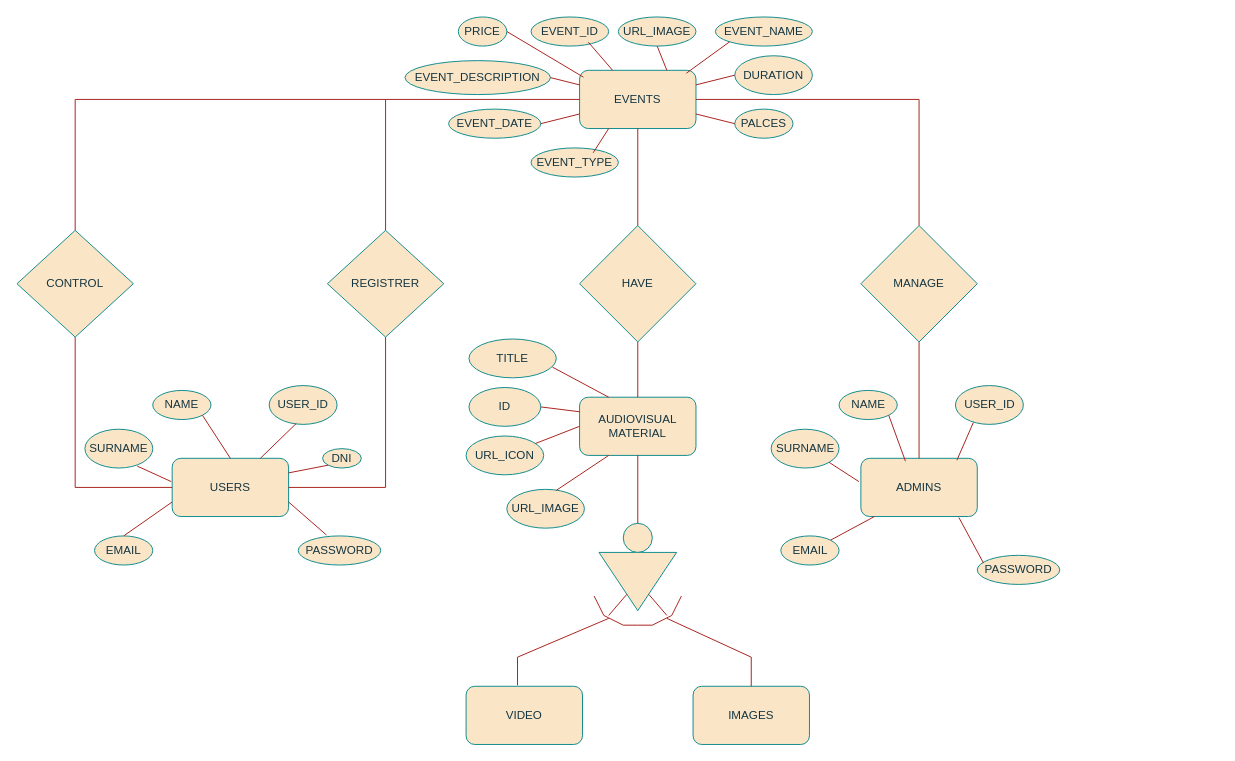
Eugido/RepositorioNetbeans keeps this draw.io diagram as Diagrama sin título.drawio. Above is the earlier version. Source tidied: cells renumbered, new cells numbered last; positions are measured from the earlier drawing's top-left corner, leaving out a move shared by most shapes. Both pictures are drawn from the tidied source at 97%, with x=0, y=0 at pixel (16, 16).
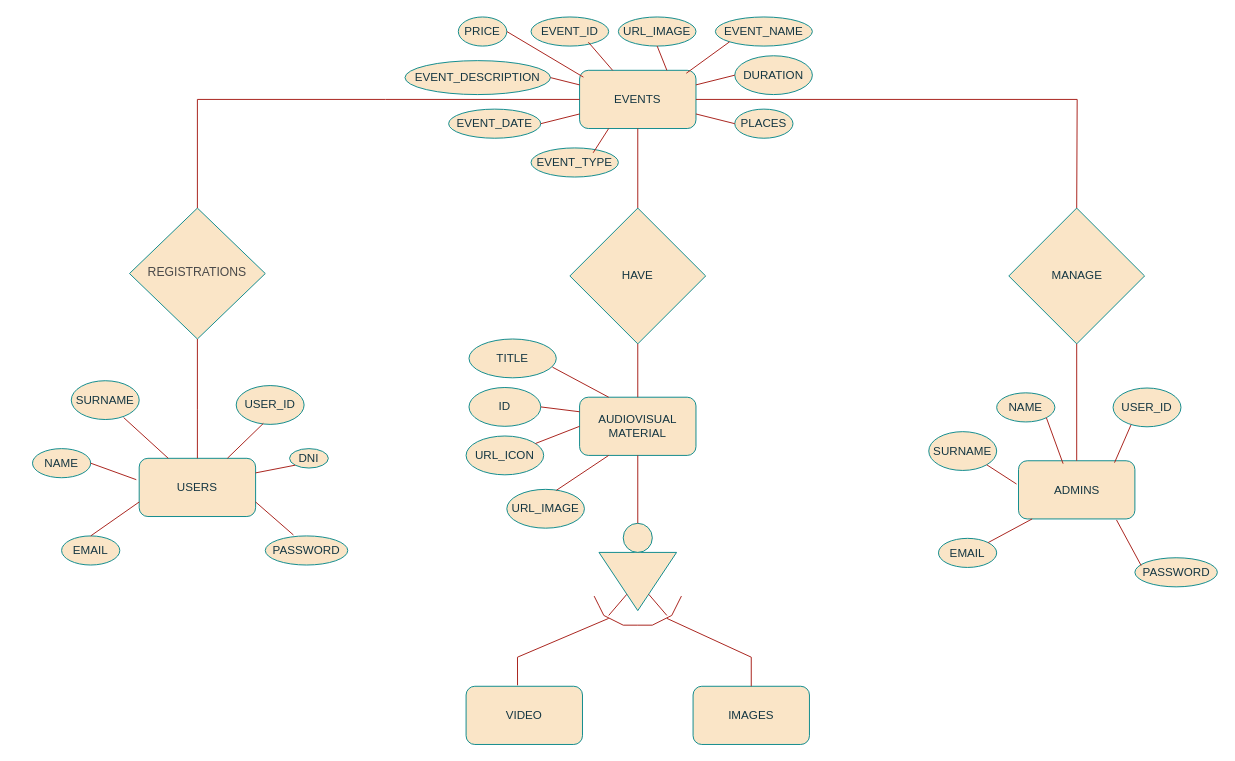
The same diagram, later.

Unchanged cells that the change refers to:
```xml
<mxCell id="2" value="EVENTS" style="rounded=1;whiteSpace=wrap;html=1;labelBackgroundColor=none;fillColor=#FAE5C7;strokeColor=#0F8B8D;fontColor=#143642;" parent="1" vertex="1">
  <mxGeometry x="580" y="55" width="120" height="60" as="geometry" />
</mxCell>
```

Diff of the diagram source:
```diff
@@
     <mxCell id="3" value="USERS" style="rounded=1;whiteSpace=wrap;html=1;labelBackgroundColor=none;fillColor=#FAE5C7;strokeColor=#0F8B8D;fontColor=#143642;" parent="1" vertex="1">
-      <mxGeometry x="160" y="455" width="120" height="60" as="geometry" />
+      <mxGeometry x="126" y="455" width="120" height="60" as="geometry" />
     </mxCell>
@@
     <mxCell id="5" value="ADMINS" style="rounded=1;whiteSpace=wrap;html=1;labelBackgroundColor=none;fillColor=#FAE5C7;strokeColor=#0F8B8D;fontColor=#143642;" parent="1" vertex="1">
-      <mxGeometry x="870" y="455" width="120" height="60" as="geometry" />
+      <mxGeometry x="1032.5" y="457.5" width="120" height="60" as="geometry" />
     </mxCell>
-    <mxCell id="6" value="CONTROL" style="rhombus;whiteSpace=wrap;html=1;labelBackgroundColor=none;fillColor=#FAE5C7;strokeColor=#0F8B8D;fontColor=#143642;" parent="1" vertex="1">
-      <mxGeometry y="220" width="120" height="110" as="geometry" />
-    </mxCell>
     <mxCell id="7" value="HAVE" style="rhombus;whiteSpace=wrap;html=1;labelBackgroundColor=none;fillColor=#FAE5C7;strokeColor=#0F8B8D;fontColor=#143642;" parent="1" vertex="1">
-      <mxGeometry x="580" y="215" width="120" height="120" as="geometry" />
+      <mxGeometry x="570" y="197" width="140" height="140" as="geometry" />
     </mxCell>
     <mxCell id="8" value="MANAGE" style="rhombus;whiteSpace=wrap;html=1;labelBackgroundColor=none;fillColor=#FAE5C7;strokeColor=#0F8B8D;fontColor=#143642;" parent="1" vertex="1">
-      <mxGeometry x="870" y="215" width="120" height="120" as="geometry" />
+      <mxGeometry x="1022.5" y="197" width="140" height="140" as="geometry" />
     </mxCell>
@@
     <mxCell id="15" style="endArrow=none;html=1;rounded=0;strokeColor=#A8201A;fontColor=#143642;fillColor=#FAE5C7;entryX=1;entryY=0.5;entryDx=0;entryDy=0;exitX=0.5;exitY=0;exitDx=0;exitDy=0;" parent="1" edge="1" source="8" target="2">
       <mxGeometry relative="1" as="geometry">
         <Array as="points">
-          <mxPoint x="930" y="85" />
+          <mxPoint x="1093" y="85" />
         </Array>
       </mxGeometry>
     </mxCell>
-    <mxCell id="16" style="endArrow=none;html=1;rounded=0;strokeColor=#A8201A;fontColor=#143642;fillColor=#FAE5C7;entryX=0;entryY=0.5;entryDx=0;entryDy=0;exitX=0.5;exitY=0;exitDx=0;exitDy=0;" parent="1" edge="1" source="6" target="2">
-      <mxGeometry relative="1" as="geometry">
-        <Array as="points">
-          <mxPoint x="60" y="85" />
-          <mxPoint x="200" y="85" />
-          <mxPoint x="330" y="85" />
-        </Array>
-      </mxGeometry>
-    </mxCell>
@@
-    <mxCell id="19" style="endArrow=none;html=1;rounded=0;strokeColor=#A8201A;fontColor=#143642;fillColor=#FAE5C7;entryX=0.5;entryY=1;entryDx=0;entryDy=0;exitX=0;exitY=0.5;exitDx=0;exitDy=0;" parent="1" edge="1" source="3" target="6">
-      <mxGeometry relative="1" as="geometry">
-        <Array as="points">
-          <mxPoint x="60" y="485" />
-        </Array>
-      </mxGeometry>
-    </mxCell>
@@
-    <mxCell id="32" value="PALCES" style="ellipse;whiteSpace=wrap;html=1;strokeColor=#0F8B8D;fontColor=#143642;fillColor=#FAE5C7;" parent="1" vertex="1">
+    <mxCell id="32" value="PLACES" style="ellipse;whiteSpace=wrap;html=1;strokeColor=#0F8B8D;fontColor=#143642;fillColor=#FAE5C7;" parent="1" vertex="1">
       <mxGeometry x="740" y="95" width="60" height="30" as="geometry" />
     </mxCell>
@@
     <mxCell id="48" value="PASSWORD" style="ellipse;whiteSpace=wrap;html=1;strokeColor=#0F8B8D;fontColor=#143642;fillColor=#FAE5C7;" parent="1" vertex="1">
-      <mxGeometry x="290" y="535" width="85" height="30" as="geometry" />
+      <mxGeometry x="256" y="535" width="85" height="30" as="geometry" />
     </mxCell>
-    <mxCell id="49" value="REGISTRER" style="rhombus;whiteSpace=wrap;html=1;strokeColor=#0F8B8D;fontColor=#143642;fillColor=#FAE5C7;" parent="1" vertex="1">
-      <mxGeometry x="320" y="220" width="120" height="110" as="geometry" />
+    <mxCell id="49" value="&lt;pre style=&quot;overflow: auto; padding: 9.144px 13.716px; text-wrap-mode: wrap; word-break: break-all; color: rgb(73, 73, 73); font-size: 12.573px; text-align: start; margin-top: 0px !important; margin-bottom: 0px !important;&quot;&gt;&lt;font face=&quot;Helvetica&quot;&gt;REGISTRATIONS&lt;/font&gt;&lt;/pre&gt;" style="rhombus;whiteSpace=wrap;html=1;strokeColor=#0F8B8D;fontColor=#143642;fillColor=#FAE5C7;" parent="1" vertex="1">
+      <mxGeometry x="116" y="197" width="140" height="135" as="geometry" />
     </mxCell>
-    <mxCell id="50" style="endArrow=none;html=1;rounded=0;strokeColor=#A8201A;fontColor=#143642;fillColor=#FAE5C7;exitX=0.5;exitY=0;exitDx=0;exitDy=0;" parent="1" edge="1" source="49">
+    <mxCell id="50" style="endArrow=none;html=1;rounded=0;strokeColor=#A8201A;fontColor=#143642;fillColor=#FAE5C7;exitX=0.5;exitY=0;exitDx=0;exitDy=0;entryX=0;entryY=0.5;entryDx=0;entryDy=0;" parent="1" edge="1" source="49" target="2">
       <mxGeometry relative="1" as="geometry">
-        <mxPoint x="380" y="85" as="targetPoint" />
+        <Array as="points">
+          <mxPoint x="186" y="85" />
+          <mxPoint x="380" y="85" />
+        </Array>
       </mxGeometry>
     </mxCell>
-    <mxCell id="51" style="endArrow=none;html=1;rounded=0;strokeColor=#A8201A;fontColor=#143642;fillColor=#FAE5C7;exitX=1;exitY=0.5;exitDx=0;exitDy=0;entryX=0.5;entryY=1;entryDx=0;entryDy=0;" parent="1" edge="1" source="3" target="49">
-      <mxGeometry relative="1" as="geometry">
-        <Array as="points">
-          <mxPoint x="380" y="485" />
-        </Array>
-      </mxGeometry>
-    </mxCell>
     <mxCell id="52" value="USER_ID" style="ellipse;whiteSpace=wrap;html=1;strokeColor=#0F8B8D;fontColor=#143642;fillColor=#FAE5C7;" parent="1" vertex="1">
-      <mxGeometry x="260" y="380" width="70" height="40" as="geometry" />
+      <mxGeometry x="226" y="380" width="70" height="40" as="geometry" />
     </mxCell>
     <mxCell id="53" value="NAME" style="ellipse;whiteSpace=wrap;html=1;strokeColor=#0F8B8D;fontColor=#143642;fillColor=#FAE5C7;" parent="1" vertex="1">
-      <mxGeometry x="140" y="385" width="60" height="30" as="geometry" />
+      <mxGeometry x="16" y="445" width="60" height="30" as="geometry" />
     </mxCell>
     <mxCell id="54" value="SURNAME" style="ellipse;whiteSpace=wrap;html=1;strokeColor=#0F8B8D;fontColor=#143642;fillColor=#FAE5C7;" parent="1" vertex="1">
-      <mxGeometry x="70" y="425" width="70" height="40" as="geometry" />
+      <mxGeometry x="56" y="375" width="70" height="40" as="geometry" />
     </mxCell>
     <mxCell id="55" value="DNI" style="ellipse;whiteSpace=wrap;html=1;strokeColor=#0F8B8D;fontColor=#143642;fillColor=#FAE5C7;" parent="1" vertex="1">
-      <mxGeometry x="315" y="445" width="40" height="20" as="geometry" />
+      <mxGeometry x="281" y="445" width="40" height="20" as="geometry" />
     </mxCell>
     <mxCell id="56" value="EMAIL" style="ellipse;whiteSpace=wrap;html=1;strokeColor=#0F8B8D;fontColor=#143642;fillColor=#FAE5C7;" parent="1" vertex="1">
-      <mxGeometry x="80" y="535" width="60" height="30" as="geometry" />
+      <mxGeometry x="46" y="535" width="60" height="30" as="geometry" />
     </mxCell>
@@
-    <mxCell id="61" style="endArrow=none;html=1;rounded=0;strokeColor=#A8201A;fontColor=#143642;fillColor=#FAE5C7;exitX=0.771;exitY=0.95;exitDx=0;exitDy=0;exitPerimeter=0;entryX=-0.008;entryY=0.4;entryDx=0;entryDy=0;entryPerimeter=0;" parent="1" edge="1" source="54" target="3">
+    <mxCell id="61" style="endArrow=none;html=1;rounded=0;strokeColor=#A8201A;fontColor=#143642;fillColor=#FAE5C7;exitX=0.771;exitY=0.95;exitDx=0;exitDy=0;exitPerimeter=0;entryX=0.25;entryY=0;entryDx=0;entryDy=0;" parent="1" edge="1" source="54" target="3">
       <mxGeometry relative="1" as="geometry" />
     </mxCell>
-    <mxCell id="62" style="endArrow=none;html=1;rounded=0;strokeColor=#A8201A;fontColor=#143642;fillColor=#FAE5C7;exitX=1;exitY=1;exitDx=0;exitDy=0;entryX=0.5;entryY=0;entryDx=0;entryDy=0;" parent="1" edge="1" source="53" target="3">
-      <mxGeometry relative="1" as="geometry" />
-    </mxCell>
@@
     <mxCell id="66" value="PASSWORD" style="ellipse;whiteSpace=wrap;html=1;strokeColor=#0F8B8D;fontColor=#143642;fillColor=#FAE5C7;" parent="1" vertex="1">
-      <mxGeometry x="990" y="555" width="85" height="30" as="geometry" />
+      <mxGeometry x="1152.5" y="557.5" width="85" height="30" as="geometry" />
     </mxCell>
     <mxCell id="67" value="USER_ID" style="ellipse;whiteSpace=wrap;html=1;strokeColor=#0F8B8D;fontColor=#143642;fillColor=#FAE5C7;" parent="1" vertex="1">
-      <mxGeometry x="967.5" y="380" width="70" height="40" as="geometry" />
+      <mxGeometry x="1130" y="382.5" width="70" height="40" as="geometry" />
     </mxCell>
     <mxCell id="68" value="NAME" style="ellipse;whiteSpace=wrap;html=1;strokeColor=#0F8B8D;fontColor=#143642;fillColor=#FAE5C7;" parent="1" vertex="1">
-      <mxGeometry x="847.5" y="385" width="60" height="30" as="geometry" />
+      <mxGeometry x="1010" y="387.5" width="60" height="30" as="geometry" />
     </mxCell>
     <mxCell id="69" value="SURNAME" style="ellipse;whiteSpace=wrap;html=1;strokeColor=#0F8B8D;fontColor=#143642;fillColor=#FAE5C7;" parent="1" vertex="1">
-      <mxGeometry x="777.5" y="425" width="70" height="40" as="geometry" />
+      <mxGeometry x="940" y="427.5" width="70" height="40" as="geometry" />
     </mxCell>
     <mxCell id="70" value="EMAIL" style="ellipse;whiteSpace=wrap;html=1;strokeColor=#0F8B8D;fontColor=#143642;fillColor=#FAE5C7;" parent="1" vertex="1">
-      <mxGeometry x="787.5" y="535" width="60" height="30" as="geometry" />
+      <mxGeometry x="950" y="537.5" width="60" height="30" as="geometry" />
     </mxCell>
@@
+    <mxCell id="51" style="endArrow=none;html=1;rounded=0;strokeColor=#A8201A;fontColor=#143642;fillColor=#FAE5C7;entryX=0.5;entryY=1;entryDx=0;entryDy=0;exitX=0.5;exitY=0;exitDx=0;exitDy=0;" parent="1" edge="1" source="3" target="49">
+      <mxGeometry relative="1" as="geometry">
+        <Array as="points">
+          <mxPoint x="186" y="405" />
+        </Array>
+      </mxGeometry>
+    </mxCell>
+    <mxCell id="62" style="endArrow=none;html=1;rounded=0;strokeColor=#A8201A;fontColor=#143642;fillColor=#FAE5C7;exitX=1;exitY=0.5;exitDx=0;exitDy=0;entryX=-0.025;entryY=0.367;entryDx=0;entryDy=0;entryPerimeter=0;" parent="1" edge="1" source="53" target="3">
+      <mxGeometry relative="1" as="geometry" />
+    </mxCell>
```
